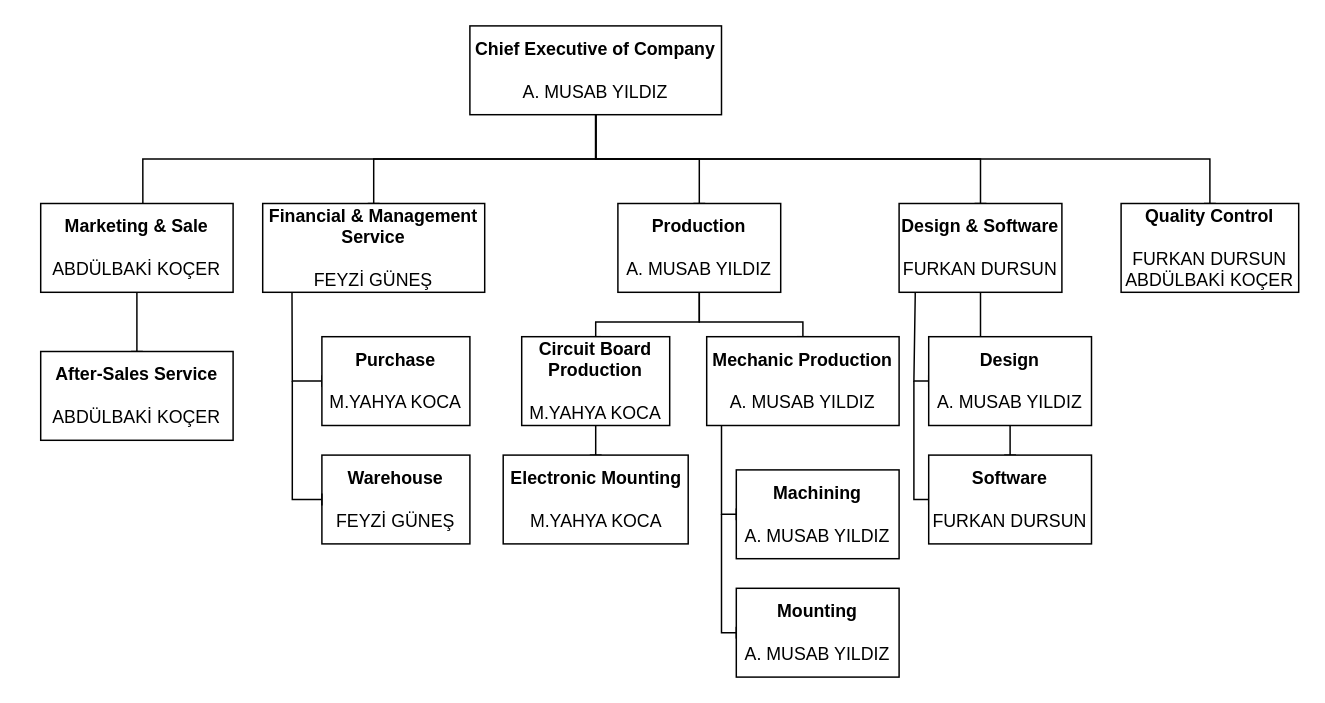
Above: anadolurobotik.drawio in mmuurraatt/AnadoluRobotik (draw.io), before the change. Source tidied: cells renumbered, new cells numbered last; positions are measured from the earlier drawing's top-left corner, leaving out a move shared by most shapes. Both pictures are drawn from the tidied source at 148%, with x=0, y=0 at pixel (40, 25).
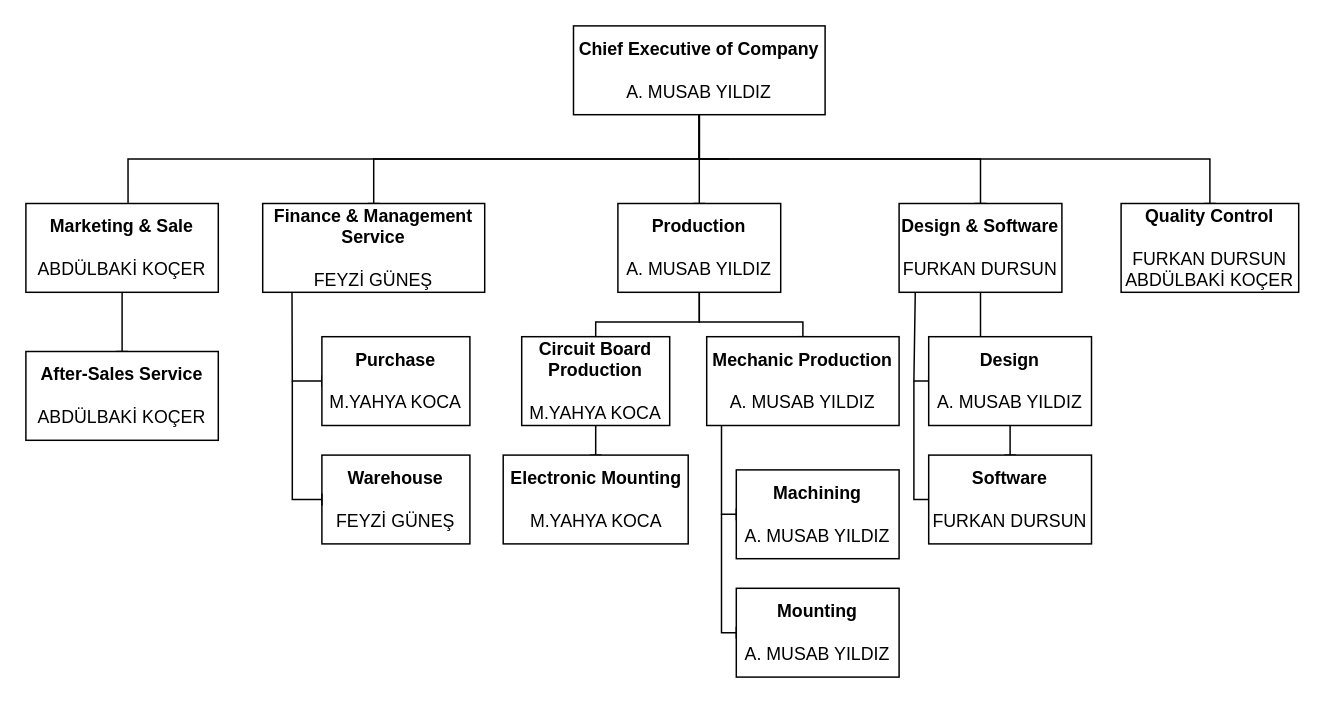
After the change.

Diff of the diagram source:
```diff
@@
     <mxCell id="2" style="edgeStyle=orthogonalEdgeStyle;rounded=0;jettySize=auto;html=1;exitX=0.5;exitY=1;exitDx=0;exitDy=0;entryX=0.531;entryY=0.004;entryDx=0;entryDy=0;entryPerimeter=0;strokeColor=default;endArrow=baseDash;endFill=0;" parent="1" edge="1" source="7" target="9">
       <mxGeometry relative="1" as="geometry">
         <Array as="points">
-          <mxPoint x="375" y="90" />
-          <mxPoint x="69" y="90" />
+          <mxPoint x="465" y="90" />
+          <mxPoint x="89" y="90" />
         </Array>
       </mxGeometry>
     </mxCell>
@@
     <mxCell id="7" value="&lt;b&gt;Chief Executive of Company&lt;/b&gt;&lt;br&gt;&lt;br&gt;A. MUSAB YILDIZ" style="rounded=0;whiteSpace=wrap;html=1;" parent="1" vertex="1">
-      <mxGeometry x="290" width="170" height="60" as="geometry" />
+      <mxGeometry x="360" width="170" height="60" as="geometry" />
     </mxCell>
@@
     <mxCell id="9" value="&lt;b&gt;Marketing &amp;amp; Sale&lt;/b&gt;&lt;br&gt;&lt;br&gt;ABDÜLBAKİ KOÇER" style="rounded=0;whiteSpace=wrap;html=1;" parent="1" vertex="1">
-      <mxGeometry y="120" width="130" height="60" as="geometry" />
+      <mxGeometry x="-10" y="120" width="130" height="60" as="geometry" />
     </mxCell>
@@
-    <mxCell id="11" value="&lt;b&gt;Financial &amp;amp; Management Service&lt;/b&gt;&lt;br&gt;&lt;br&gt;FEYZİ GÜNEŞ" style="rounded=0;whiteSpace=wrap;html=1;" parent="1" vertex="1">
+    <mxCell id="11" value="&lt;b&gt;Finance &amp;amp; Management Service&lt;/b&gt;&lt;br&gt;&lt;br&gt;FEYZİ GÜNEŞ" style="rounded=0;whiteSpace=wrap;html=1;" parent="1" vertex="1">
       <mxGeometry x="150" y="120" width="150" height="60" as="geometry" />
     </mxCell>
@@
     <mxCell id="22" value="&lt;b&gt;After-Sales Service&lt;/b&gt;&lt;br&gt;&lt;br&gt;ABDÜLBAKİ KOÇER" style="rounded=0;whiteSpace=wrap;html=1;" parent="1" vertex="1">
-      <mxGeometry y="220" width="130" height="60" as="geometry" />
+      <mxGeometry x="-10" y="220" width="130" height="60" as="geometry" />
     </mxCell>
```
